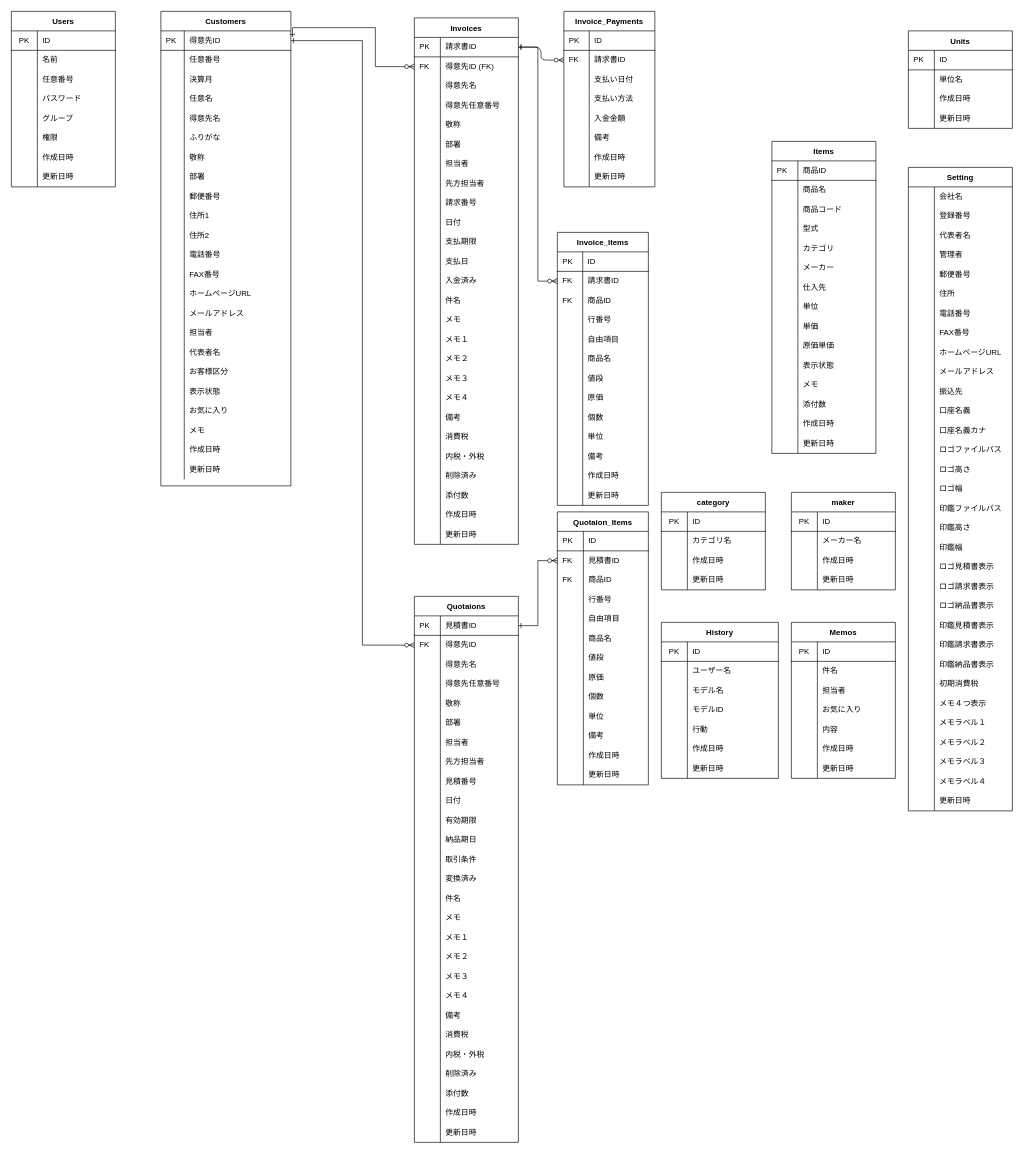
This is soho_er.dio from gamasenninn/caddie-clone, a draw.io file, before an edit. Source tidied: cells renumbered, new cells numbered last; positions are measured from the earlier drawing's top-left corner, leaving out a move shared by most shapes. Both pictures are drawn from the tidied source at 65%, with x=0, y=0 at pixel (11, 11).
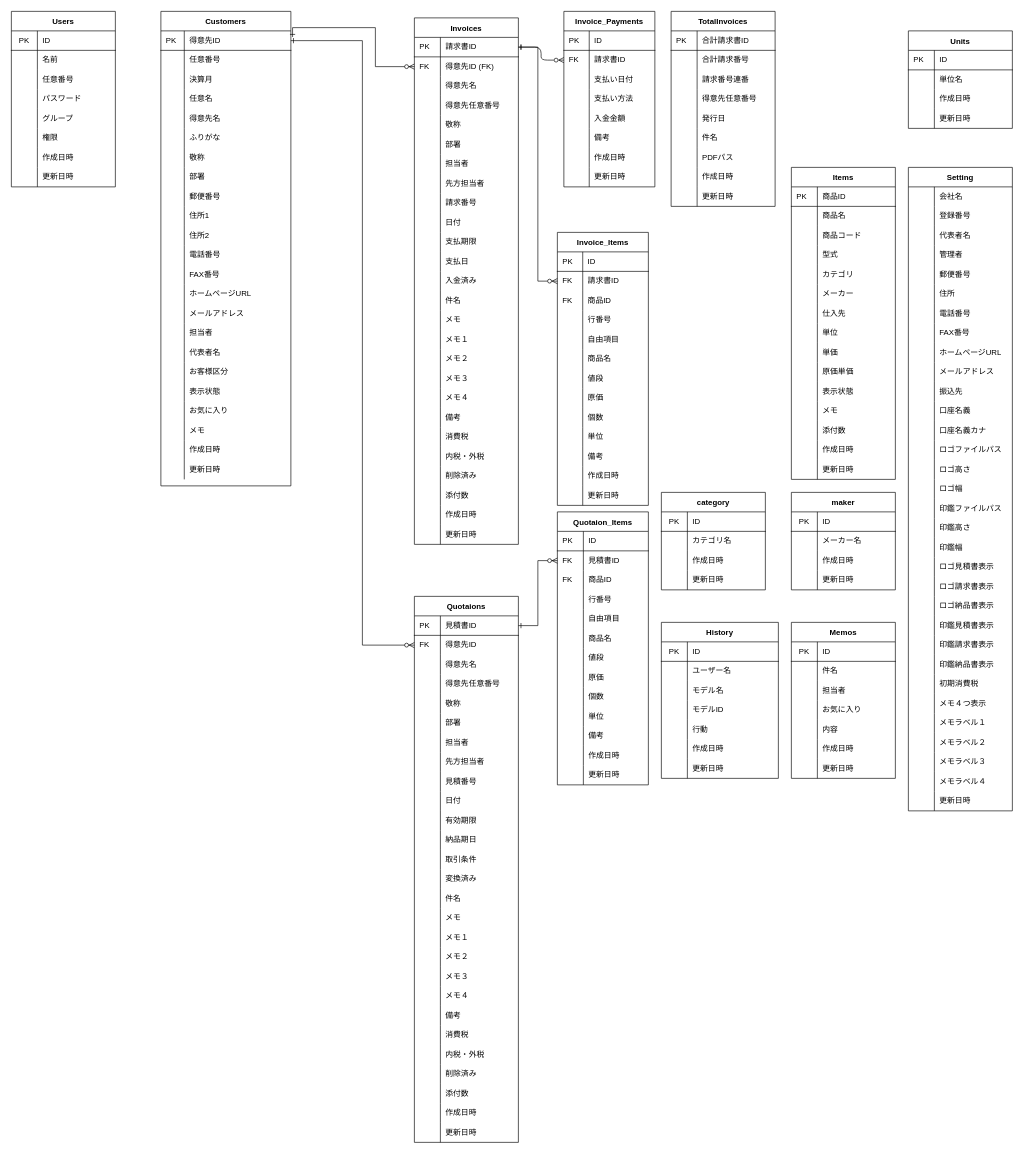
After the change.

Diff of the diagram source:
```diff
@@
     <mxCell id="72" value="Items" style="shape=table;startSize=30;childLayout=tableLayout;rowLines=0;fontStyle=1;align=center;" parent="1" vertex="1">
-      <mxGeometry x="1170" y="200" width="160" height="480" as="geometry" />
+      <mxGeometry x="1200" y="240" width="160" height="480" as="geometry" />
     </mxCell>
@@
+    <mxCell id="594" value="TotalInvoices" style="shape=table;startSize=30;childLayout=tableLayout;rowLines=0;fontStyle=1;align=center;" parent="1" vertex="1">
+      <mxGeometry x="1015" width="160" height="300" as="geometry" />
+    </mxCell>
+    <mxCell id="595" style="shape=partialRectangle;html=1;whiteSpace=wrap;fillColor=none;top=0;left=0;bottom=1;right=0;" parent="594" vertex="1">
+      <mxGeometry y="30" width="160" height="30" as="geometry" />
+    </mxCell>
+    <mxCell id="596" value="PK" style="shape=partialRectangle;html=1;whiteSpace=wrap;fillColor=none;top=0;left=0;bottom=0;right=0;align=left;spacingLeft=6;overflow=hidden;" parent="595" vertex="1">
+      <mxGeometry width="40" height="30" as="geometry" />
+    </mxCell>
+    <mxCell id="597" value="合計請求書ID" style="shape=partialRectangle;html=1;whiteSpace=wrap;fillColor=none;top=0;left=0;bottom=0;right=0;align=left;spacingLeft=6;overflow=hidden;" parent="595" vertex="1">
+      <mxGeometry x="40" width="120" height="30" as="geometry" />
+    </mxCell>
+    <mxCell id="598" style="shape=partialRectangle;html=1;whiteSpace=wrap;fillColor=none;top=0;left=0;bottom=0;right=0;" parent="594" vertex="1">
+      <mxGeometry y="60" width="160" height="30" as="geometry" />
+    </mxCell>
+    <mxCell id="599" style="shape=partialRectangle;html=1;whiteSpace=wrap;fillColor=none;top=0;left=0;bottom=0;right=0;align=left;spacingLeft=6;overflow=hidden;" parent="598" vertex="1">
+      <mxGeometry width="40" height="30" as="geometry" />
+    </mxCell>
+    <mxCell id="600" value="合計請求番号" style="shape=partialRectangle;html=1;whiteSpace=wrap;fillColor=none;top=0;left=0;bottom=0;right=0;align=left;spacingLeft=6;overflow=hidden;" parent="598" vertex="1">
+      <mxGeometry x="40" width="120" height="30" as="geometry" />
+    </mxCell>
+    <mxCell id="601" style="shape=partialRectangle;html=1;whiteSpace=wrap;fillColor=none;top=0;left=0;bottom=0;right=0;" parent="594" vertex="1">
+      <mxGeometry y="90" width="160" height="30" as="geometry" />
+    </mxCell>
+    <mxCell id="602" style="shape=partialRectangle;html=1;whiteSpace=wrap;fillColor=none;top=0;left=0;bottom=0;right=0;align=left;spacingLeft=6;overflow=hidden;" parent="601" vertex="1">
+      <mxGeometry width="40" height="30" as="geometry" />
+    </mxCell>
+    <mxCell id="603" value="請求番号連番" style="shape=partialRectangle;html=1;whiteSpace=wrap;fillColor=none;top=0;left=0;bottom=0;right=0;align=left;spacingLeft=6;overflow=hidden;" parent="601" vertex="1">
+      <mxGeometry x="40" width="120" height="30" as="geometry" />
+    </mxCell>
+    <mxCell id="604" style="shape=partialRectangle;html=1;whiteSpace=wrap;fillColor=none;top=0;left=0;bottom=0;right=0;" parent="594" vertex="1">
+      <mxGeometry y="120" width="160" height="30" as="geometry" />
+    </mxCell>
+    <mxCell id="605" style="shape=partialRectangle;html=1;whiteSpace=wrap;fillColor=none;top=0;left=0;bottom=0;right=0;align=left;spacingLeft=6;overflow=hidden;" parent="604" vertex="1">
+      <mxGeometry width="40" height="30" as="geometry" />
+    </mxCell>
+    <mxCell id="606" value="得意先任意番号" style="shape=partialRectangle;html=1;whiteSpace=wrap;fillColor=none;top=0;left=0;bottom=0;right=0;align=left;spacingLeft=6;overflow=hidden;" parent="604" vertex="1">
+      <mxGeometry x="40" width="120" height="30" as="geometry" />
+    </mxCell>
+    <mxCell id="607" style="shape=partialRectangle;html=1;whiteSpace=wrap;fillColor=none;top=0;left=0;bottom=0;right=0;" parent="594" vertex="1">
+      <mxGeometry y="150" width="160" height="30" as="geometry" />
+    </mxCell>
+    <mxCell id="608" style="shape=partialRectangle;html=1;whiteSpace=wrap;fillColor=none;top=0;left=0;bottom=0;right=0;align=left;spacingLeft=6;overflow=hidden;" parent="607" vertex="1">
+      <mxGeometry width="40" height="30" as="geometry" />
+    </mxCell>
+    <mxCell id="609" value="発行日" style="shape=partialRectangle;html=1;whiteSpace=wrap;fillColor=none;top=0;left=0;bottom=0;right=0;align=left;spacingLeft=6;overflow=hidden;" parent="607" vertex="1">
+      <mxGeometry x="40" width="120" height="30" as="geometry" />
+    </mxCell>
+    <mxCell id="610" style="shape=partialRectangle;html=1;whiteSpace=wrap;fillColor=none;top=0;left=0;bottom=0;right=0;" parent="594" vertex="1">
+      <mxGeometry y="180" width="160" height="30" as="geometry" />
+    </mxCell>
+    <mxCell id="611" style="shape=partialRectangle;html=1;whiteSpace=wrap;fillColor=none;top=0;left=0;bottom=0;right=0;align=left;spacingLeft=6;overflow=hidden;" parent="610" vertex="1">
+      <mxGeometry width="40" height="30" as="geometry" />
+    </mxCell>
+    <mxCell id="612" value="件名" style="shape=partialRectangle;html=1;whiteSpace=wrap;fillColor=none;top=0;left=0;bottom=0;right=0;align=left;spacingLeft=6;overflow=hidden;" parent="610" vertex="1">
+      <mxGeometry x="40" width="120" height="30" as="geometry" />
+    </mxCell>
+    <mxCell id="613" style="shape=partialRectangle;html=1;whiteSpace=wrap;fillColor=none;top=0;left=0;bottom=0;right=0;" parent="594" vertex="1">
+      <mxGeometry y="210" width="160" height="30" as="geometry" />
+    </mxCell>
+    <mxCell id="614" style="shape=partialRectangle;html=1;whiteSpace=wrap;fillColor=none;top=0;left=0;bottom=0;right=0;align=left;spacingLeft=6;overflow=hidden;" parent="613" vertex="1">
+      <mxGeometry width="40" height="30" as="geometry" />
+    </mxCell>
+    <mxCell id="615" value="PDFパス" style="shape=partialRectangle;html=1;whiteSpace=wrap;fillColor=none;top=0;left=0;bottom=0;right=0;align=left;spacingLeft=6;overflow=hidden;" parent="613" vertex="1">
+      <mxGeometry x="40" width="120" height="30" as="geometry" />
+    </mxCell>
+    <mxCell id="616" style="shape=partialRectangle;html=1;whiteSpace=wrap;fillColor=none;top=0;left=0;bottom=0;right=0;" parent="594" vertex="1">
+      <mxGeometry y="240" width="160" height="30" as="geometry" />
+    </mxCell>
+    <mxCell id="617" style="shape=partialRectangle;html=1;whiteSpace=wrap;fillColor=none;top=0;left=0;bottom=0;right=0;align=left;spacingLeft=6;overflow=hidden;" parent="616" vertex="1">
+      <mxGeometry width="40" height="30" as="geometry" />
+    </mxCell>
+    <mxCell id="618" value="作成日時" style="shape=partialRectangle;html=1;whiteSpace=wrap;fillColor=none;top=0;left=0;bottom=0;right=0;align=left;spacingLeft=6;overflow=hidden;" parent="616" vertex="1">
+      <mxGeometry x="40" width="120" height="30" as="geometry" />
+    </mxCell>
+    <mxCell id="619" style="shape=partialRectangle;html=1;whiteSpace=wrap;fillColor=none;top=0;left=0;bottom=0;right=0;" parent="594" vertex="1">
+      <mxGeometry y="270" width="160" height="30" as="geometry" />
+    </mxCell>
+    <mxCell id="620" style="shape=partialRectangle;html=1;whiteSpace=wrap;fillColor=none;top=0;left=0;bottom=0;right=0;align=left;spacingLeft=6;overflow=hidden;" parent="619" vertex="1">
+      <mxGeometry width="40" height="30" as="geometry" />
+    </mxCell>
+    <mxCell id="621" value="更新日時" style="shape=partialRectangle;html=1;whiteSpace=wrap;fillColor=none;top=0;left=0;bottom=0;right=0;align=left;spacingLeft=6;overflow=hidden;" parent="619" vertex="1">
+      <mxGeometry x="40" width="120" height="30" as="geometry" />
+    </mxCell>
```
